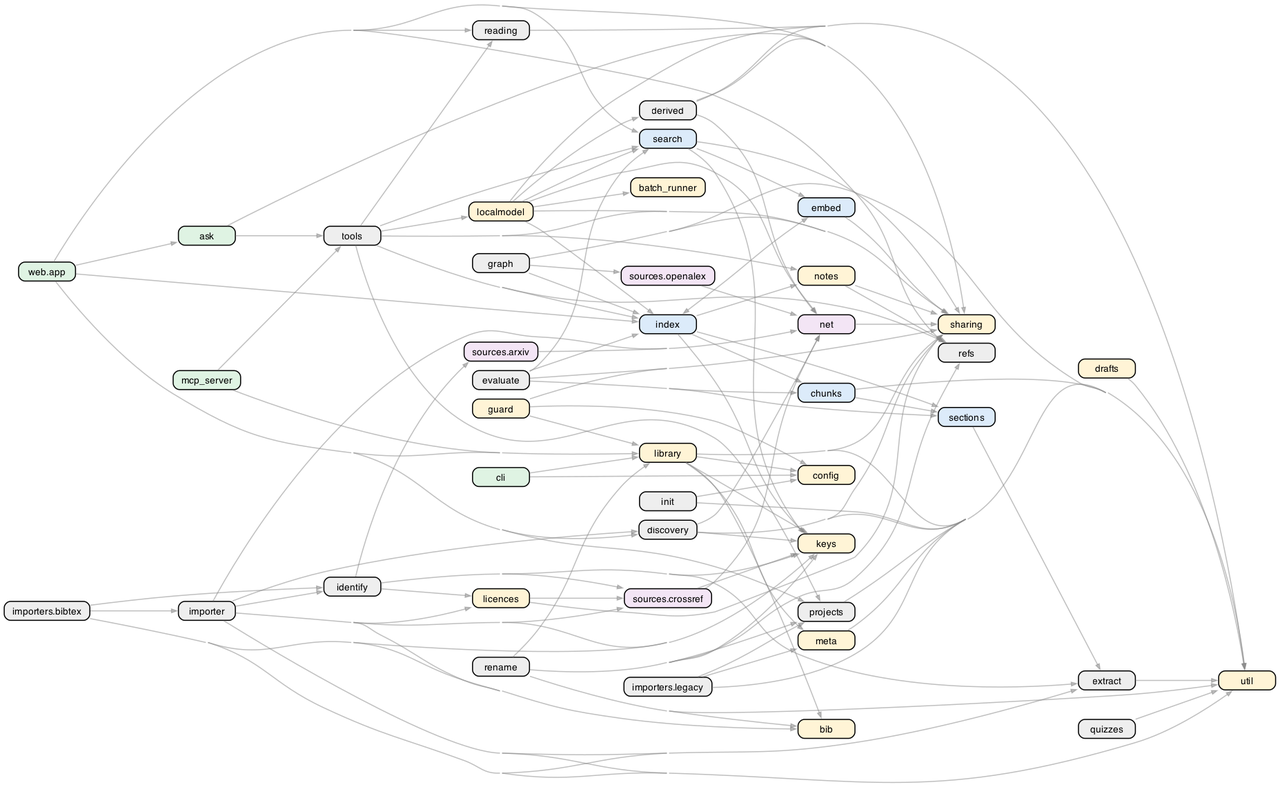
Above: docs/architecture/diagrams/modules.png in markmuetz/litnav (Graphviz), before the change. Its source is kept beside it as docs/architecture/diagrams/modules.dot.
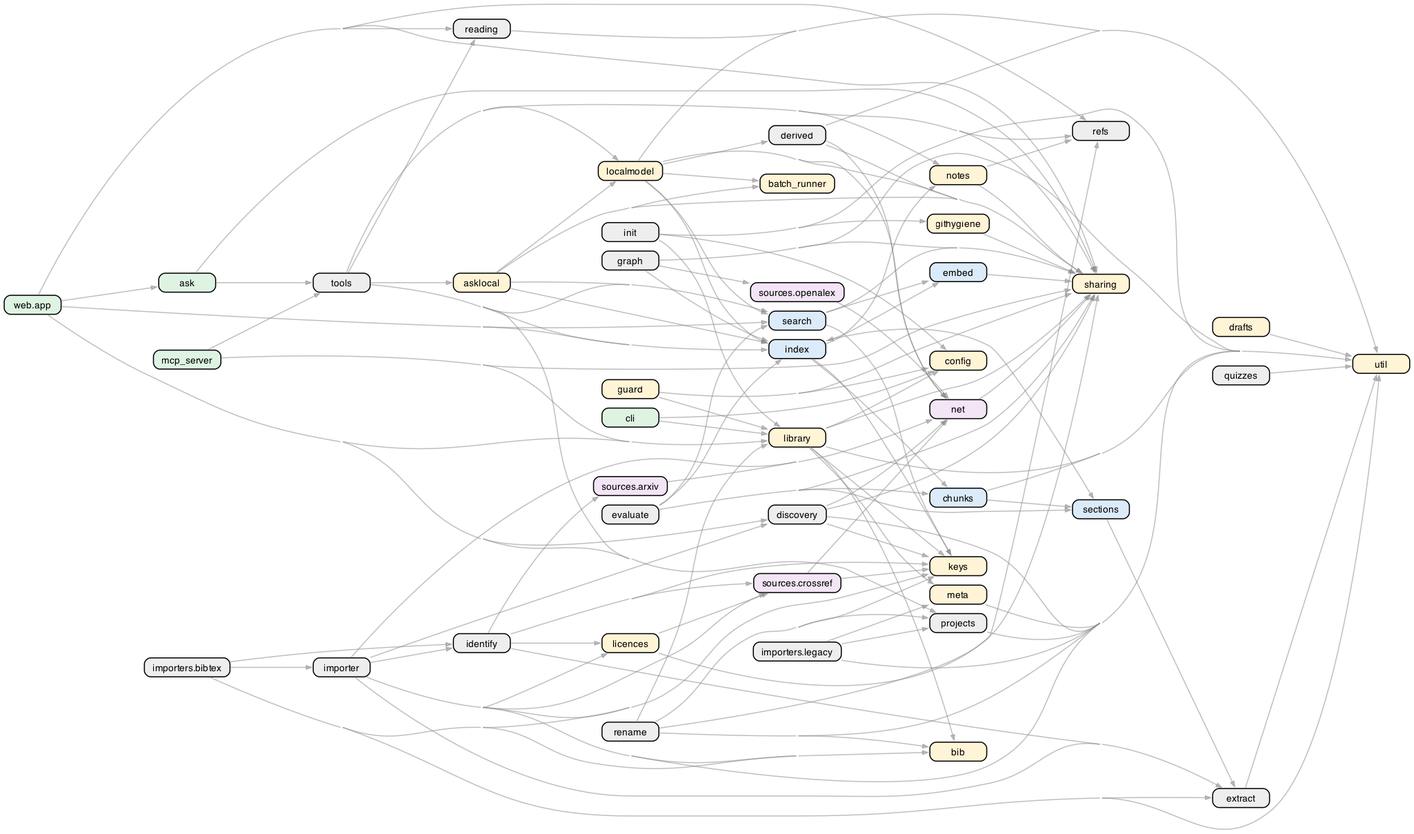
Above is the later version.

Diff of the diagram source:
```diff
@@ -2,6 +2,7 @@
  node [fontname="Helvetica", fontsize=9, shape=box, style="rounded,filled", height=0.25];
  edge [color="#88888888", arrowsize=0.5];
  "ask" [fillcolor="#DFF3E3"];
+ "asklocal" [fillcolor="#FFF4D6"];
  "batch_runner" [fillcolor="#FFF4D6"];
  "bib" [fillcolor="#FFF4D6"];
  "chunks" [fillcolor="#DCEBFA"];
@@ -13,6 +14,7 @@
  "embed" [fillcolor="#DCEBFA"];
  "evaluate" [fillcolor="#EEEEEE"];
  "extract" [fillcolor="#EEEEEE"];
+ "githygiene" [fillcolor="#FFF4D6"];
  "graph" [fillcolor="#EEEEEE"];
  "guard" [fillcolor="#FFF4D6"];
  "identify" [fillcolor="#EEEEEE"];
@@ -45,6 +47,11 @@
  "web.app" [fillcolor="#DFF3E3"];
  "ask" -> "sharing";
  "ask" -> "tools";
+ "asklocal" -> "batch_runner";
+ "asklocal" -> "index";
+ "asklocal" -> "localmodel";
+ "asklocal" -> "search";
+ "asklocal" -> "sharing";
  "chunks" -> "sections";
  "chunks" -> "util";
  "cli" -> "config";
@@ -65,6 +72,7 @@
  "evaluate" -> "sections";
  "evaluate" -> "sharing";
  "extract" -> "util";
+ "githygiene" -> "sharing";
  "graph" -> "index";
  "graph" -> "sharing";
  "graph" -> "sources.openalex";
@@ -101,6 +109,8 @@
  "index" -> "notes";
  "index" -> "sections";
  "init" -> "config";
+ "init" -> "githygiene";
+ "init" -> "library";
  "init" -> "util";
  "library" -> "bib";
  "library" -> "config";
@@ -118,6 +128,7 @@
  "localmodel" -> "sharing";
  "localmodel" -> "util";
  "mcp_server" -> "library";
+ "mcp_server" -> "sharing";
  "mcp_server" -> "tools";
  "meta" -> "util";
  "net" -> "sharing";
@@ -140,6 +151,7 @@
  "sources.crossref" -> "keys";
  "sources.crossref" -> "net";
  "sources.openalex" -> "net";
+ "tools" -> "asklocal";
  "tools" -> "index";
  "tools" -> "localmodel";
  "tools" -> "notes";
```
